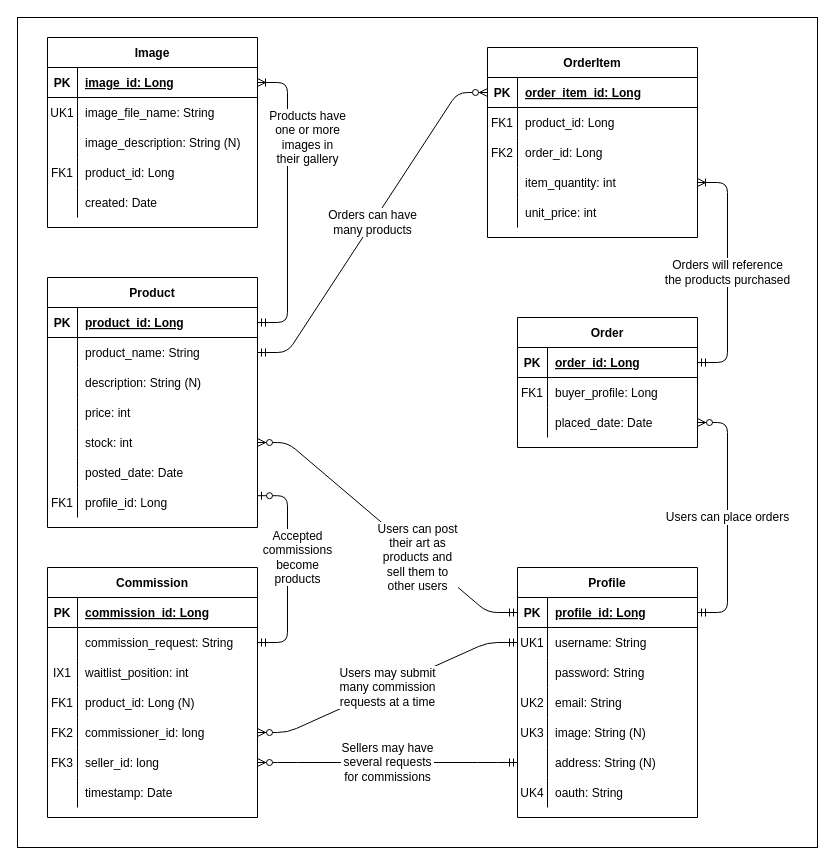
Earlier version of the draw.io diagram docs/work/erd.drawio (albuquirky/albuquirky.github.io). Source tidied: cells renumbered, new cells numbered last; positions are measured from the earlier drawing's top-left corner, leaving out a move shared by most shapes. Both pictures are drawn from the tidied source at 100%, with x=0, y=0 at pixel (17, 17).
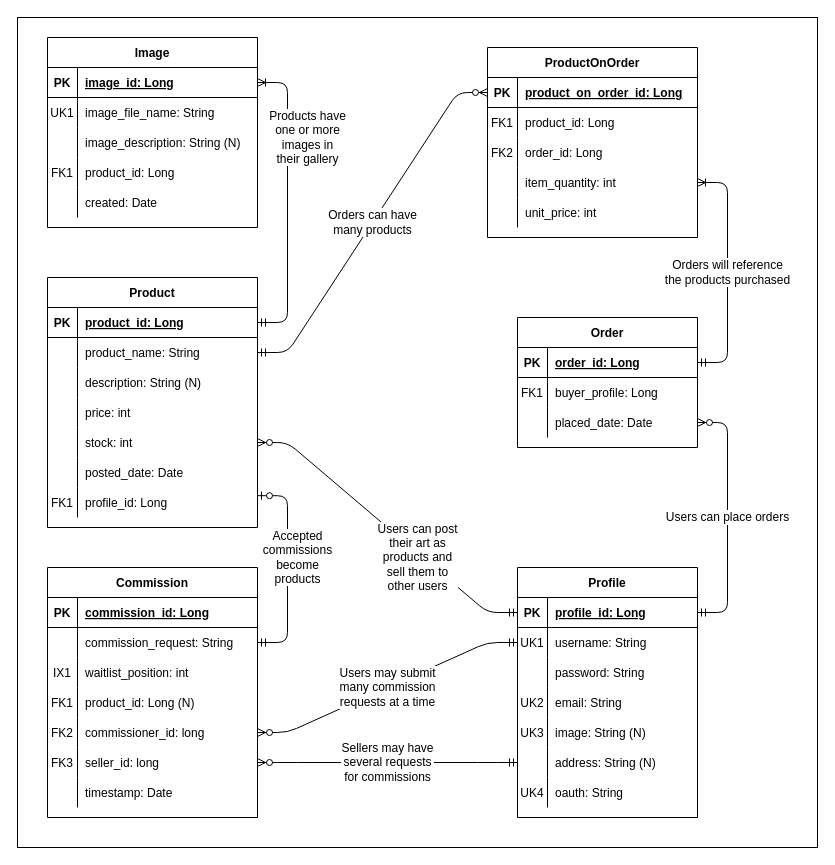
After the change.

Commit message (it also covers changes not shown here):
Updated ERD per milestone feedback.

Unchanged cells that the change refers to:
```xml
<mxCell id="8" style="shape=partialRectangle;fillColor=none;top=0;left=0;bottom=1;right=0;points=[[0,0.5],[1,0.5]];portConstraint=eastwest;" parent="7" vertex="1">
  <mxGeometry y="30" width="210" height="30" as="geometry" />
</mxCell>
```

Change to the diagram source:
```diff
@@
-    <mxCell id="7" value="OrderItem" style="shape=table;startSize=30;childLayout=tableLayout;rowLines=0;fontStyle=1;align=center;" parent="1" vertex="1">
+    <mxCell id="7" value="ProductOnOrder" style="shape=table;startSize=30;childLayout=tableLayout;rowLines=0;fontStyle=1;align=center;" parent="1" vertex="1">
       <mxGeometry x="470" y="30" width="210" height="190" as="geometry" />
     </mxCell>
@@
-    <mxCell id="10" value="order_item_id: Long" style="shape=partialRectangle;fillColor=none;top=0;left=0;bottom=0;right=0;align=left;spacingLeft=6;fontStyle=5;overflow=hidden;" parent="8" vertex="1">
+    <mxCell id="10" value="product_on_order_id: Long" style="shape=partialRectangle;fillColor=none;top=0;left=0;bottom=0;right=0;align=left;spacingLeft=6;fontStyle=5;overflow=hidden;" parent="8" vertex="1">
       <mxGeometry x="30" width="180" height="30" as="geometry" />
     </mxCell>
```
